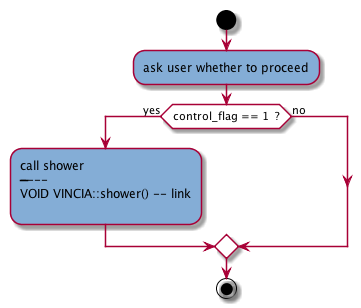
Earlier version of the PlantUML export EXAMPLE/flowdoc/aux_files/cFmain.png (jlopezvi/Flowgen).
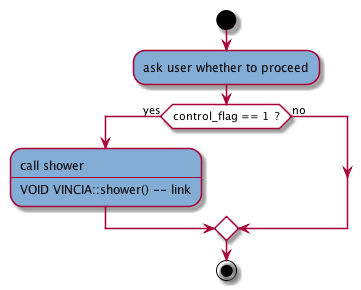
Above is the later version.

Diff of the diagram source:
```diff
@@ -5,7 +5,9 @@
 :#84add6:ask user whether to proceed;
 
 if (control_flag == 1  ?) then(yes)
-   :#84add6:call shower\n--------\nVOID VINCIA::shower() -- [[source1.html#cCVINCIAFshower link]]\n;
+   :#84add6:call shower
+----
+VOID VINCIA::shower() -- [[source1.html#cCVINCIAFshower link]];
 else(no)
 endif
 
```
